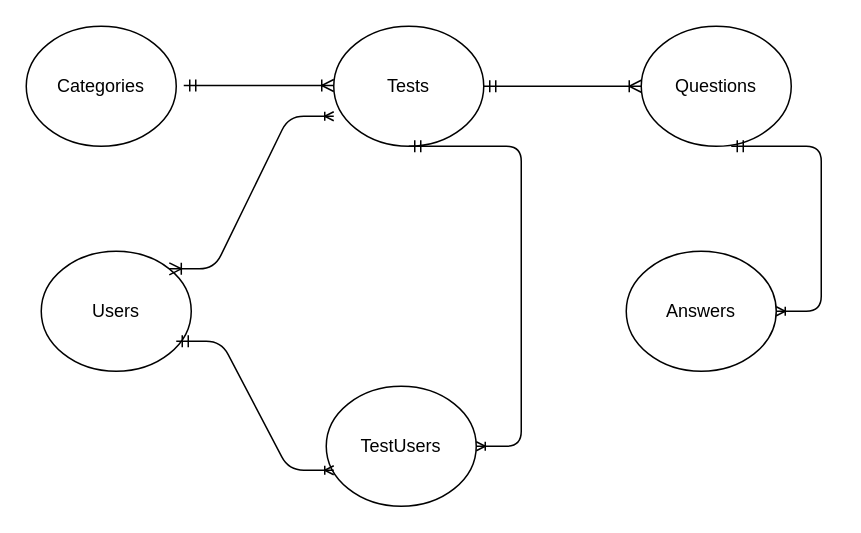
Before: Untitled Diagram.drawio in leri-berry/git_calisthenics, a draw.io diagram. Source tidied: cells renumbered, new cells numbered last; positions are measured from the earlier drawing's top-left corner, leaving out a move shared by most shapes. Both pictures are drawn from the tidied source at 150%, with x=0, y=0 at pixel (26, 26).
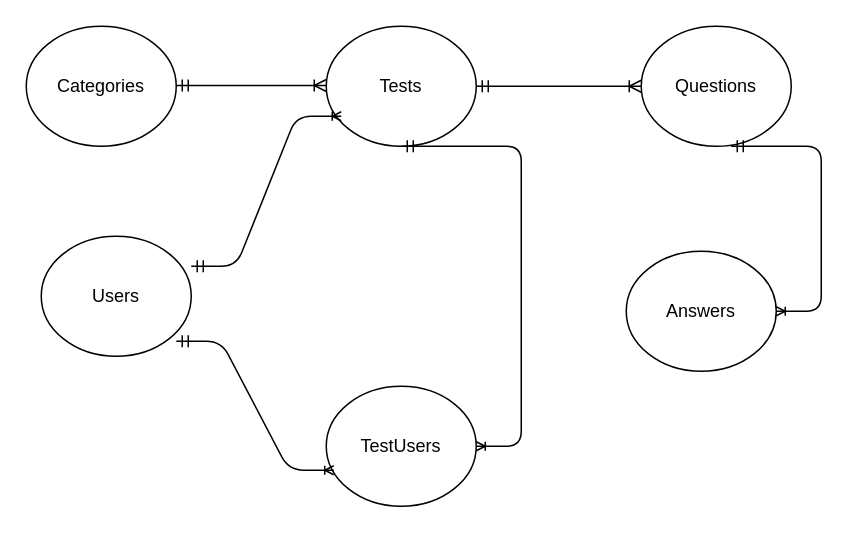
Above is the later version.

Diff of the diagram source:
```diff
@@
 <mxGraphModel>
   <root>
     <mxCell id="0" />
     <mxCell id="1" parent="0" />
     <mxCell id="2" value="Categories" style="ellipse;whiteSpace=wrap;html=1;" parent="1" vertex="1">
       <mxGeometry width="100" height="80" as="geometry" />
     </mxCell>
     <mxCell id="3" style="edgeStyle=entityRelationEdgeStyle;fontSize=12;html=1;endArrow=ERoneToMany;startArrow=ERmandOne;curved=1;" parent="1" edge="1">
       <mxGeometry relative="1" as="geometry">
-        <mxPoint x="105" y="39.5" as="sourcePoint" />
-        <mxPoint x="205" y="39.5" as="targetPoint" />
+        <mxPoint x="100" y="39.5" as="sourcePoint" />
+        <mxPoint x="200" y="39.5" as="targetPoint" />
       </mxGeometry>
     </mxCell>
     <mxCell id="4" value="Tests" style="ellipse;whiteSpace=wrap;html=1;" parent="1" vertex="1">
-      <mxGeometry x="205" width="100" height="80" as="geometry" />
+      <mxGeometry x="200" width="100" height="80" as="geometry" />
     </mxCell>
     <mxCell id="5" value="Questions" style="ellipse;whiteSpace=wrap;html=1;" parent="1" vertex="1">
       <mxGeometry x="410" width="100" height="80" as="geometry" />
     </mxCell>
     <mxCell id="6" value="Answers" style="ellipse;whiteSpace=wrap;html=1;" parent="1" vertex="1">
       <mxGeometry x="400" y="150" width="100" height="80" as="geometry" />
     </mxCell>
     <mxCell id="7" style="fontSize=12;html=1;endArrow=ERoneToMany;startArrow=ERmandOne;exitX=1;exitY=0.5;exitDx=0;exitDy=0;" parent="1" edge="1" source="4">
       <mxGeometry relative="1" as="geometry">
         <mxPoint x="410" y="40" as="targetPoint" />
       </mxGeometry>
     </mxCell>
     <mxCell id="8" style="edgeStyle=none;jumpStyle=sharp;jumpSize=4;jettySize=auto;html=1;endSize=4;" parent="1" edge="1" source="9">
       <mxGeometry relative="1" as="geometry">
         <mxPoint x="250" y="250" as="targetPoint" />
       </mxGeometry>
     </mxCell>
     <mxCell id="9" value="TestUsers" style="ellipse;whiteSpace=wrap;html=1;" parent="1" vertex="1">
       <mxGeometry x="200" y="240" width="100" height="80" as="geometry" />
     </mxCell>
     <mxCell id="10" value="Users&lt;br&gt;" style="ellipse;whiteSpace=wrap;html=1;" parent="1" vertex="1">
-      <mxGeometry x="10" y="150" width="100" height="80" as="geometry" />
+      <mxGeometry x="10" y="140" width="100" height="80" as="geometry" />
     </mxCell>
     <mxCell id="11" style="edgeStyle=entityRelationEdgeStyle;fontSize=12;html=1;endArrow=ERoneToMany;startArrow=ERmandOne;endSize=4;jumpStyle=sharp;jumpSize=4;" parent="1" edge="1" target="6">
       <mxGeometry relative="1" as="geometry">
         <mxPoint x="470" y="80" as="sourcePoint" />
       </mxGeometry>
     </mxCell>
     <mxCell id="12" style="edgeStyle=entityRelationEdgeStyle;fontSize=12;html=1;endArrow=ERoneToMany;startArrow=ERmandOne;endSize=4;jumpStyle=sharp;jumpSize=4;entryX=0.05;entryY=0.7;entryDx=0;entryDy=0;entryPerimeter=0;" parent="1" edge="1" target="9">
       <mxGeometry relative="1" as="geometry">
         <mxPoint x="100" y="210" as="sourcePoint" />
       </mxGeometry>
     </mxCell>
     <mxCell id="13" style="edgeStyle=entityRelationEdgeStyle;fontSize=12;html=1;endArrow=ERoneToMany;startArrow=ERmandOne;endSize=4;jumpStyle=sharp;jumpSize=4;exitX=0.5;exitY=1;exitDx=0;exitDy=0;" parent="1" edge="1" source="4" target="9">
       <mxGeometry relative="1" as="geometry" />
     </mxCell>
-    <mxCell id="14" style="edgeStyle=entityRelationEdgeStyle;fontSize=12;html=1;endArrow=ERoneToMany;startArrow=ERoneToMany;endSize=4;jumpStyle=sharp;jumpSize=4;exitX=1;exitY=0;exitDx=0;exitDy=0;" parent="1" edge="1" source="10">
-      <mxGeometry relative="1" as="geometry">
-        <mxPoint x="205" y="60" as="targetPoint" />
-      </mxGeometry>
-    </mxCell>
+    <mxCell id="15" style="edgeStyle=entityRelationEdgeStyle;fontSize=12;html=1;endArrow=ERoneToMany;startArrow=ERmandOne;endSize=4;jumpStyle=sharp;jumpSize=4;" parent="1" edge="1">
+      <mxGeometry relative="1" as="geometry">
+        <mxPoint x="110" y="160" as="sourcePoint" />
+        <mxPoint x="210" y="60" as="targetPoint" />
+      </mxGeometry>
+    </mxCell>
   </root>
 </mxGraphModel>
```
